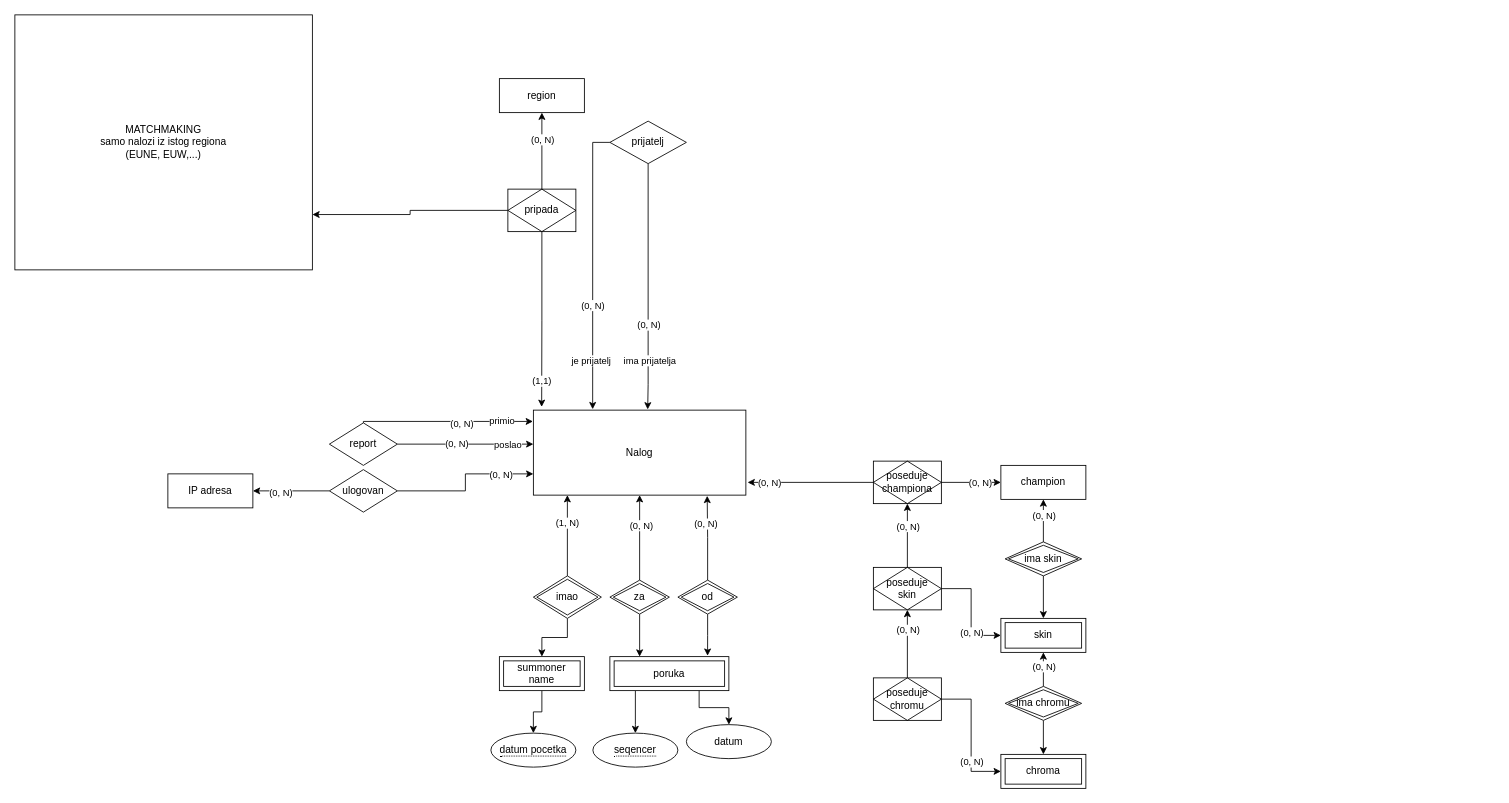
BulatovicBalsa/lol-er-model keeps this draw.io diagram as Untitled Diagram.drawio. Above is the earlier version. Source tidied: cells renumbered, new cells numbered last; positions are measured from the earlier drawing's top-left corner, leaving out a move shared by most shapes. Both pictures are drawn from the tidied source at 85%, with x=0, y=0 at pixel (14, 14).
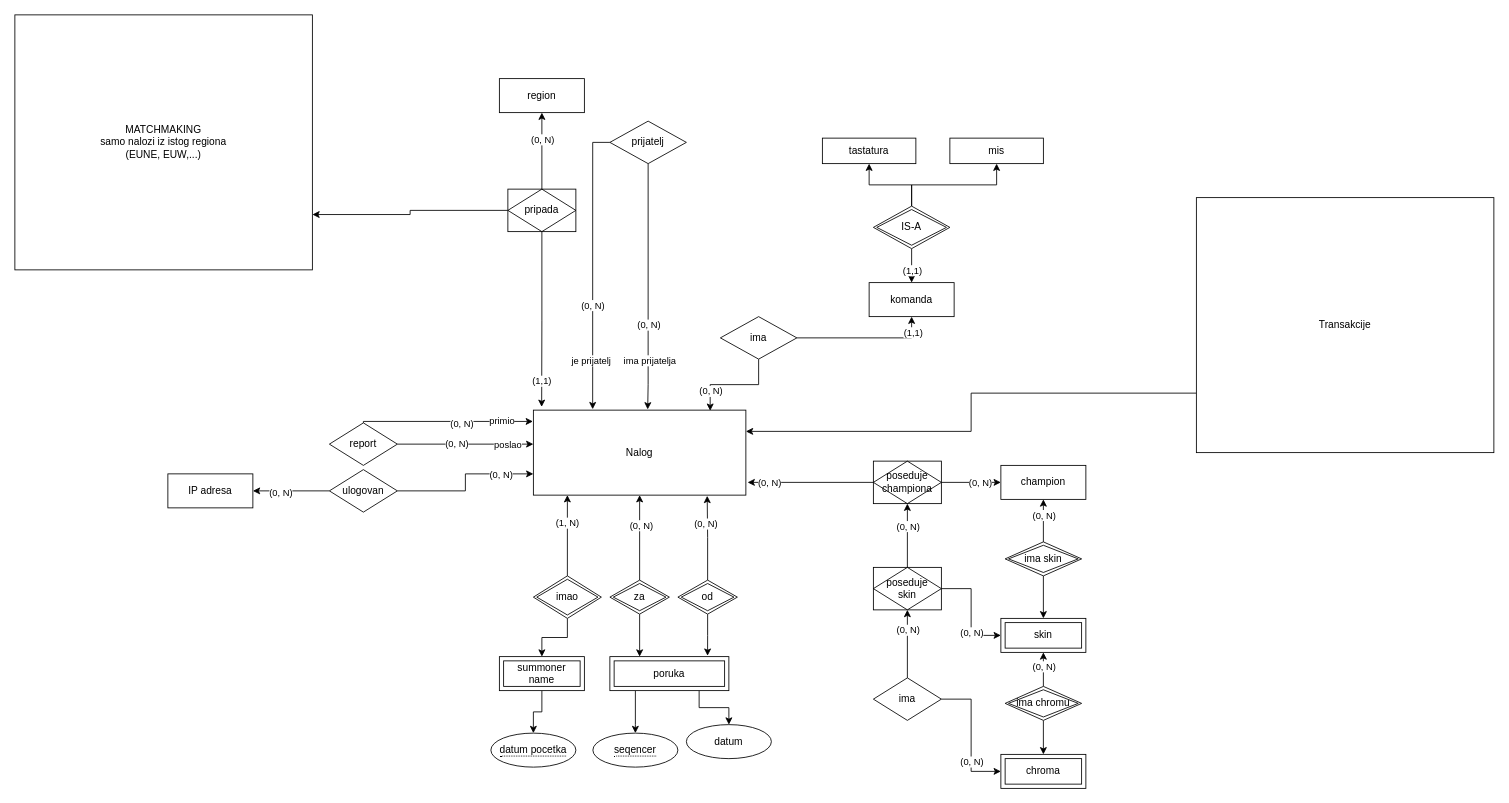
The same diagram, later.

The change refers to these unchanged cells:
```xml
<mxCell id="2" value="Nalog" style="whiteSpace=wrap;html=1;align=center;" parent="1" vertex="1">
  <mxGeometry x="610" y="465" width="250" height="100" as="geometry" />
</mxCell>
<mxCell id="38" value="chroma" style="shape=ext;margin=3;double=1;whiteSpace=wrap;html=1;align=center;" parent="1" vertex="1">
  <mxGeometry x="1160" y="870" width="100" height="40" as="geometry" />
</mxCell>
<mxCell id="48" value="poseduje&lt;br style=&quot;border-color: var(--border-color);&quot;&gt;skin" style="shape=associativeEntity;whiteSpace=wrap;html=1;align=center;" parent="1" vertex="1">
  <mxGeometry x="1010" y="650" width="80" height="50" as="geometry" />
</mxCell>
```

The edit, as a diff of the source:
```diff
@@
-    <mxCell id="49" style="edgeStyle=orthogonalEdgeStyle;rounded=0;jettySize=auto;html=1;entryX=0;entryY=0.5;entryDx=0;entryDy=0;" parent="1" edge="1" source="53" target="38">
+    <mxCell id="49" style="edgeStyle=orthogonalEdgeStyle;rounded=0;jettySize=auto;html=1;entryX=0;entryY=0.5;entryDx=0;entryDy=0;exitX=1;exitY=0.5;exitDx=0;exitDy=0;" parent="1" edge="1" source="92" target="38">
       <mxGeometry relative="1" as="geometry" />
     </mxCell>
@@
-    <mxCell id="51" style="edgeStyle=orthogonalEdgeStyle;rounded=0;jettySize=auto;html=1;" parent="1" edge="1" source="53" target="48">
+    <mxCell id="51" style="edgeStyle=orthogonalEdgeStyle;rounded=0;jettySize=auto;html=1;exitX=0.5;exitY=0;exitDx=0;exitDy=0;" parent="1" edge="1" source="92" target="48">
       <mxGeometry relative="1" as="geometry" />
     </mxCell>
@@
-    <mxCell id="53" value="poseduje&lt;br style=&quot;border-color: var(--border-color);&quot;&gt;chromu" style="shape=associativeEntity;whiteSpace=wrap;html=1;align=center;" parent="1" vertex="1">
-      <mxGeometry x="1010" y="780" width="80" height="50" as="geometry" />
-    </mxCell>
@@
+    <mxCell id="77" style="edgeStyle=orthogonalEdgeStyle;rounded=0;jettySize=auto;html=1;" parent="1" edge="1" source="81" target="82">
+      <mxGeometry relative="1" as="geometry" />
+    </mxCell>
+    <mxCell id="78" style="edgeStyle=orthogonalEdgeStyle;rounded=0;jettySize=auto;html=1;entryX=0.5;entryY=1;entryDx=0;entryDy=0;" parent="1" edge="1" source="81" target="83">
+      <mxGeometry relative="1" as="geometry" />
+    </mxCell>
+    <mxCell id="79" style="edgeStyle=orthogonalEdgeStyle;rounded=0;jettySize=auto;html=1;exitX=0.5;exitY=1;exitDx=0;exitDy=0;entryX=0.5;entryY=0;entryDx=0;entryDy=0;" parent="1" edge="1" source="81" target="84">
+      <mxGeometry relative="1" as="geometry" />
+    </mxCell>
+    <mxCell id="80" value="(1,1)" style="edgeLabel;html=1;align=center;verticalAlign=middle;" parent="79" vertex="1">
+      <mxGeometry x="0.23" relative="1" as="geometry" />
+    </mxCell>
+    <mxCell id="81" value="IS-A" style="shape=rhombus;double=1;perimeter=rhombusPerimeter;whiteSpace=wrap;html=1;align=center;" parent="1" vertex="1">
+      <mxGeometry x="1010" y="225" width="90" height="50" as="geometry" />
+    </mxCell>
+    <mxCell id="82" value="mis" style="whiteSpace=wrap;html=1;" parent="1" vertex="1">
+      <mxGeometry x="1100" y="145" width="110" height="30" as="geometry" />
+    </mxCell>
+    <mxCell id="83" value="tastatura" style="whiteSpace=wrap;html=1;" parent="1" vertex="1">
+      <mxGeometry x="950" y="145" width="110" height="30" as="geometry" />
+    </mxCell>
+    <mxCell id="84" value="komanda" style="whiteSpace=wrap;html=1;align=center;" parent="1" vertex="1">
+      <mxGeometry x="1005" y="315" width="100" height="40" as="geometry" />
+    </mxCell>
+    <mxCell id="85" style="edgeStyle=orthogonalEdgeStyle;rounded=0;jettySize=auto;html=1;entryX=0.832;entryY=0.008;entryDx=0;entryDy=0;entryPerimeter=0;" parent="1" edge="1" source="89" target="2">
+      <mxGeometry relative="1" as="geometry" />
+    </mxCell>
+    <mxCell id="86" value="(0, N)" style="edgeLabel;html=1;align=center;verticalAlign=middle;" parent="85" vertex="1">
+      <mxGeometry x="0.6" relative="1" as="geometry" />
+    </mxCell>
+    <mxCell id="87" style="edgeStyle=orthogonalEdgeStyle;rounded=0;jettySize=auto;html=1;entryX=0.5;entryY=1;entryDx=0;entryDy=0;" parent="1" edge="1" source="89" target="84">
+      <mxGeometry relative="1" as="geometry" />
+    </mxCell>
+    <mxCell id="88" value="(1,1)" style="edgeLabel;html=1;align=center;verticalAlign=middle;" parent="87" vertex="1">
+      <mxGeometry x="0.77" y="-1" relative="1" as="geometry" />
+    </mxCell>
+    <mxCell id="89" value="ima" style="shape=rhombus;perimeter=rhombusPerimeter;whiteSpace=wrap;html=1;align=center;" parent="1" vertex="1">
+      <mxGeometry x="830" y="355" width="90" height="50" as="geometry" />
+    </mxCell>
+    <mxCell id="90" style="edgeStyle=orthogonalEdgeStyle;rounded=0;jettySize=auto;html=1;entryX=1;entryY=0.25;entryDx=0;entryDy=0;" parent="1" edge="1" source="91" target="2">
+      <mxGeometry relative="1" as="geometry">
+        <Array as="points">
+          <mxPoint x="1125" y="445" />
+          <mxPoint x="1125" y="490" />
+        </Array>
+      </mxGeometry>
+    </mxCell>
+    <mxCell id="91" value="Transakcije" style="rounded=0;whiteSpace=wrap;html=1;" parent="1" vertex="1">
+      <mxGeometry x="1390" y="215" width="350" height="300" as="geometry" />
+    </mxCell>
+    <mxCell id="92" value="ima" style="shape=rhombus;perimeter=rhombusPerimeter;whiteSpace=wrap;html=1;align=center;" parent="1" vertex="1">
+      <mxGeometry x="1010" y="780" width="80" height="50" as="geometry" />
+    </mxCell>
```
